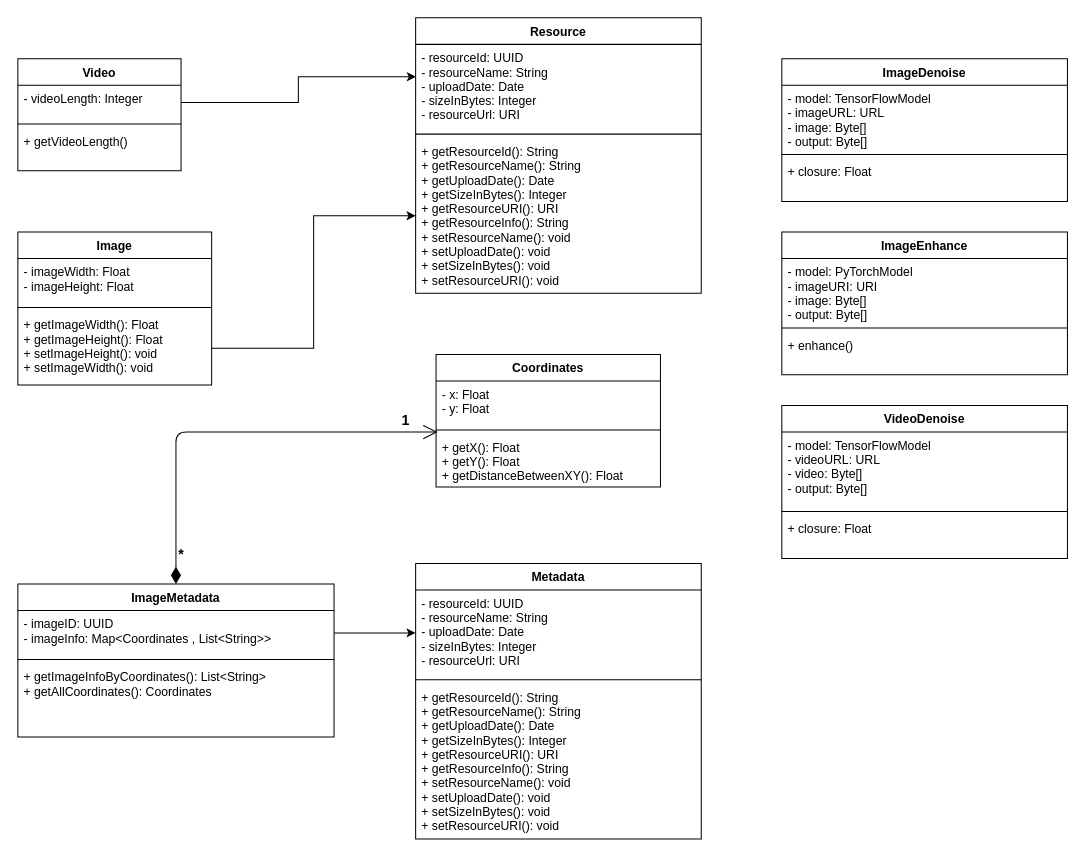
Earlier version of the draw.io diagram Models/drawing/ClassDiagram.drawio (MrMoon/Vision). Source tidied: cells renumbered, new cells numbered last; positions are measured from the earlier drawing's top-left corner, leaving out a move shared by most shapes. Both pictures are drawn from the tidied source at 102%, with x=0, y=0 at pixel (17, 17).
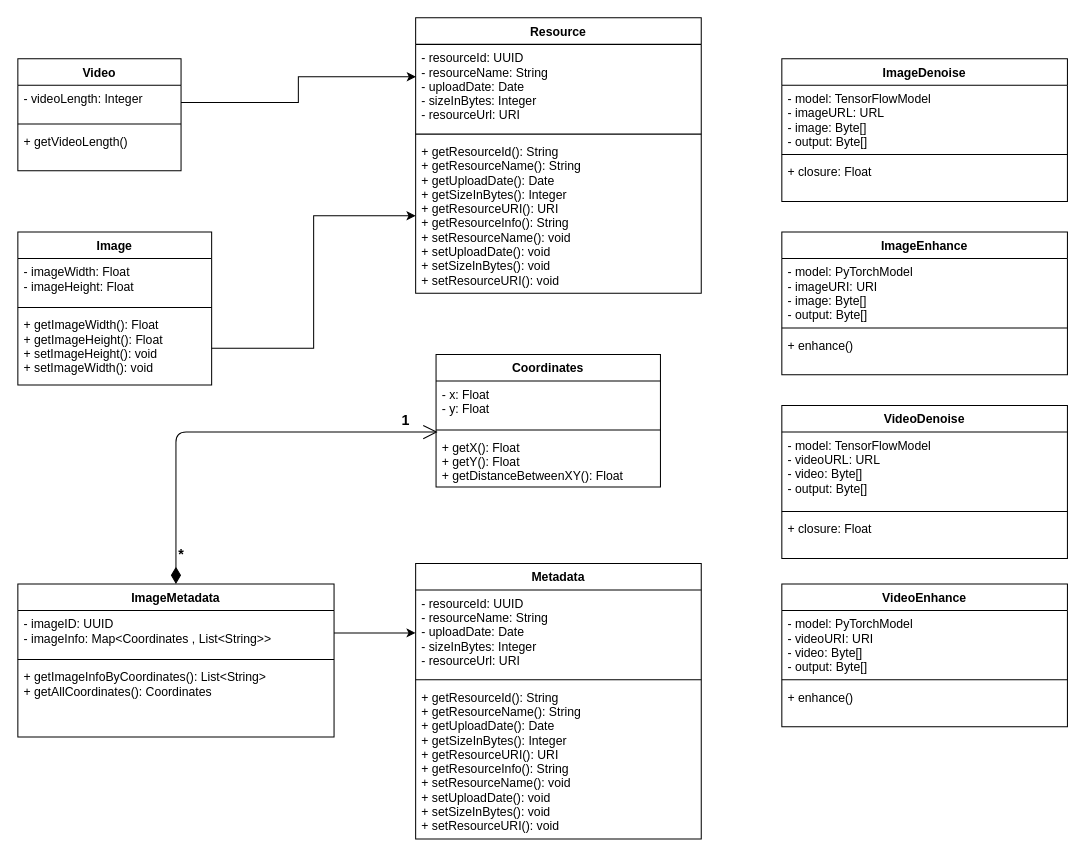
Above is the later version.

Commit message:
add video enhance

What changed in the source:
```diff
@@
+    <mxCell id="44" value="VideoEnhance" style="swimlane;fontStyle=1;align=center;verticalAlign=top;horizontal=1;startSize=26;" parent="1" vertex="1">
+      <mxGeometry x="749" y="555" width="280" height="140" as="geometry" />
+    </mxCell>
+    <mxCell id="45" value="- model: PyTorchModel&#10;- videoURI: URI&#10;- video: Byte[]&#10;- output: Byte[]&#10;" style="text;strokeColor=none;fillColor=none;align=left;verticalAlign=top;spacingLeft=4;spacingRight=4;overflow=hidden;" parent="44" vertex="1">
+      <mxGeometry y="26" width="280" height="64" as="geometry" />
+    </mxCell>
+    <mxCell id="46" style="line;strokeWidth=1;fillColor=none;align=left;verticalAlign=middle;spacingTop=-1;spacingLeft=3;spacingRight=3;labelPosition=right;" parent="44" vertex="1">
+      <mxGeometry y="90" width="280" height="8" as="geometry" />
+    </mxCell>
+    <mxCell id="47" value="+ enhance()" style="text;strokeColor=none;fillColor=none;align=left;verticalAlign=top;spacingLeft=4;spacingRight=4;overflow=hidden;" parent="44" vertex="1">
+      <mxGeometry y="98" width="280" height="42" as="geometry" />
+    </mxCell>
```
